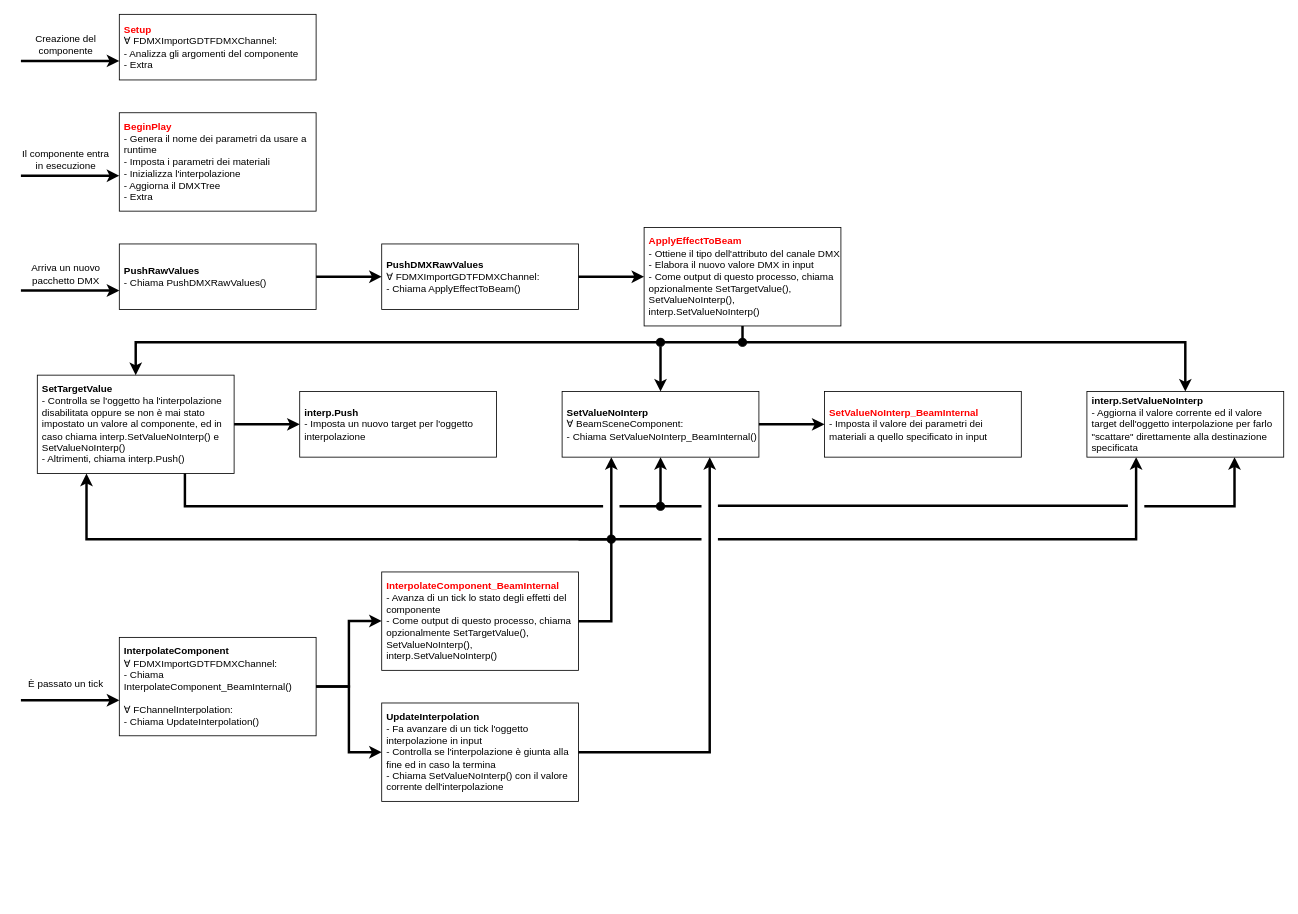
Above: utils/FixtureComponentCalls.drawio in stranck/bachelor-degree-thesis-UECPGDTF (draw.io), before the change. Source tidied: cells renumbered, new cells numbered last; positions are measured from the earlier drawing's top-left corner, leaving out a move shared by most shapes. Both pictures are drawn from the tidied source at 82%, with x=0, y=0 at pixel (20, 14).
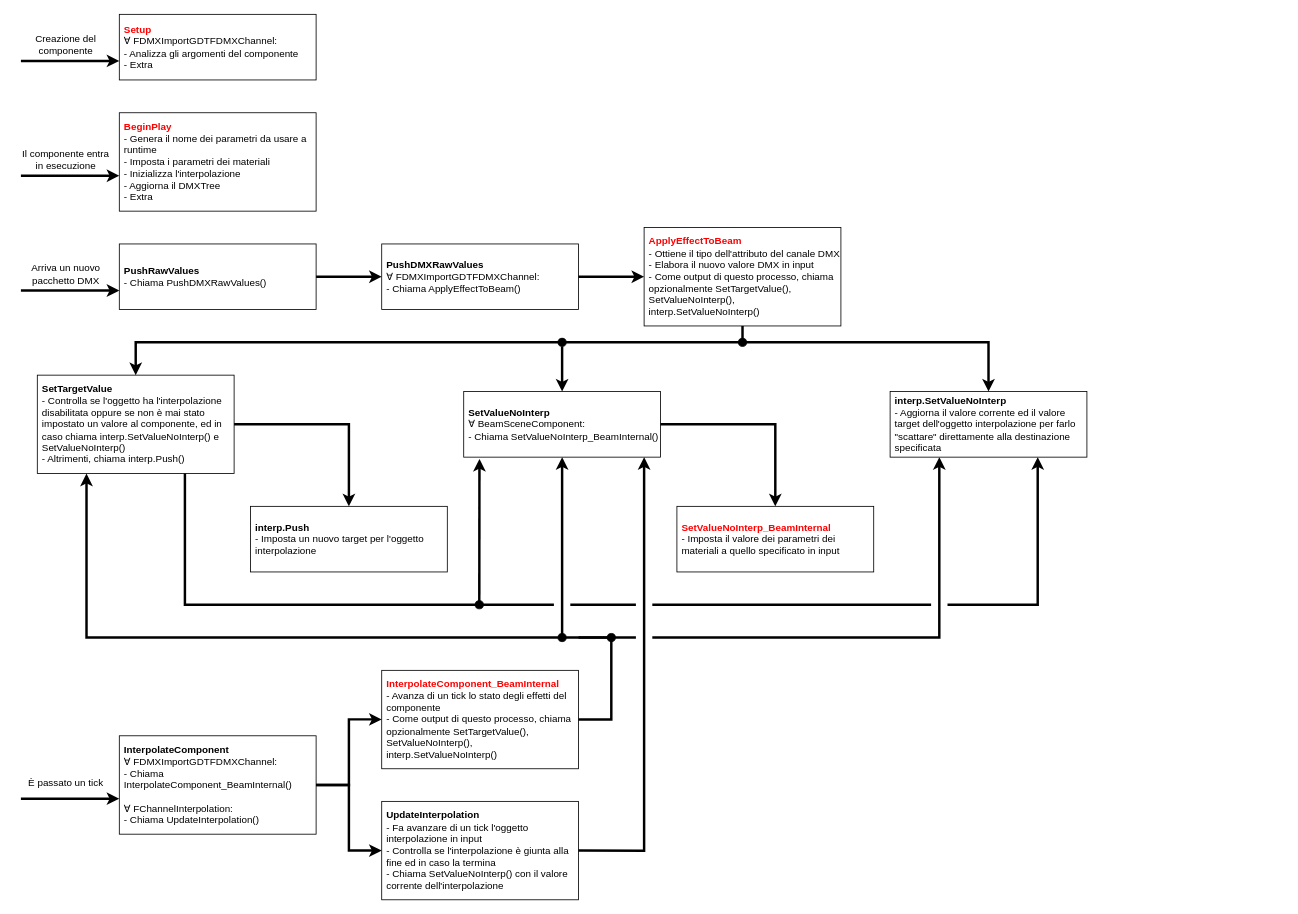
The same diagram, later.

Commit message (it also covers changes not shown here):
Made figure 23 smaller horizontally

Unchanged cells that the change refers to:
```xml
<mxCell id="24" value="&lt;b&gt;SetTargetValue&lt;br&gt;&lt;/b&gt;- Controlla se l'oggetto ha l'interpolazione disabilitata oppure se non è mai stato impostato un valore al componente, ed in caso chiama interp.SetValueNoInterp() e SetValueNoInterp()&lt;br&gt;- Altrimenti, chiama interp.Push()" style="rounded=0;whiteSpace=wrap;html=1;align=left;spacingLeft=4;" parent="1" vertex="1">
  <mxGeometry x="20" y="440" width="240" height="120" as="geometry" />
</mxCell>
```

Diff of the diagram source:
```diff
@@
-    <mxCell id="2" style="endArrow=classic;html=1;rounded=0;strokeWidth=3;entryX=0.75;entryY=1;entryDx=0;entryDy=0;exitX=1;exitY=0.5;exitDx=0;exitDy=0;" parent="1" edge="1" target="29">
+    <mxCell id="2" style="endArrow=classic;html=1;rounded=0;strokeWidth=3;entryX=0.75;entryY=1;entryDx=0;entryDy=0;" parent="1" edge="1" target="29">
       <mxGeometry relative="1" as="geometry">
-        <mxPoint x="1370" y="600" as="sourcePoint" />
+        <mxPoint x="1130" y="720" as="sourcePoint" />
         <Array as="points">
-          <mxPoint x="1480" y="600" />
+          <mxPoint x="1240" y="720" />
         </Array>
       </mxGeometry>
     </mxCell>
     <mxCell id="3" style="endArrow=classic;html=1;rounded=0;strokeWidth=3;entryX=0.25;entryY=1;entryDx=0;entryDy=0;" parent="1" edge="1" target="29">
       <mxGeometry relative="1" as="geometry">
-        <mxPoint x="850" y="640" as="sourcePoint" />
+        <mxPoint x="770" y="760" as="sourcePoint" />
         <Array as="points">
-          <mxPoint x="1360" y="640" />
+          <mxPoint x="1120" y="760" />
         </Array>
       </mxGeometry>
     </mxCell>
@@
     <mxCell id="13" value="&lt;b&gt;InterpolateComponent&lt;br&gt;&lt;/b&gt;∀&amp;nbsp;&lt;span style=&quot;background-color: initial;&quot;&gt;FDMXImportGDTFDMXChannel:&lt;/span&gt;&lt;br&gt;&lt;div&gt;&lt;span style=&quot;border-color: var(--border-color); background-color: initial;&quot;&gt;- Chiama InterpolateComponent_BeamInternal()&lt;br&gt;&lt;br&gt;∀&amp;nbsp;FChannelInterpolation:&lt;br&gt;- Chiama UpdateInterpolation()&lt;/span&gt;&lt;/div&gt;" style="rounded=0;whiteSpace=wrap;html=1;align=left;spacingLeft=4;" parent="1" vertex="1">
-      <mxGeometry x="120" y="759.8" width="240" height="120" as="geometry" />
+      <mxGeometry x="120" y="879.8" width="240" height="120" as="geometry" />
     </mxCell>
     <mxCell id="14" style="endArrow=classic;html=1;rounded=0;strokeWidth=3;" parent="1" edge="1">
       <mxGeometry relative="1" as="geometry">
-        <mxPoint y="836.5" as="sourcePoint" />
-        <mxPoint x="120" y="836.5" as="targetPoint" />
+        <mxPoint y="956.5" as="sourcePoint" />
+        <mxPoint x="120" y="956.5" as="targetPoint" />
       </mxGeometry>
     </mxCell>
     <mxCell id="15" value="È passato un tick" style="text;html=1;strokeColor=none;fillColor=none;align=center;verticalAlign=middle;whiteSpace=wrap;rounded=0;" parent="1" vertex="1">
-      <mxGeometry y="802" width="110" height="30" as="geometry" />
+      <mxGeometry y="922" width="110" height="30" as="geometry" />
     </mxCell>
@@
     <mxCell id="20" value="&lt;b&gt;&lt;font color=&quot;#ff0000&quot;&gt;InterpolateComponent_BeamInternal&lt;/font&gt;&lt;/b&gt;&lt;br&gt;- Avanza di un tick lo stato degli effetti del componente&lt;br&gt;- Come output di questo processo, chiama opzionalmente SetTargetValue(), SetValueNoInterp(), interp.SetValueNoInterp()" style="rounded=0;whiteSpace=wrap;html=1;align=left;spacingLeft=4;" parent="1" vertex="1">
-      <mxGeometry x="440" y="680" width="240" height="120" as="geometry" />
+      <mxGeometry x="440" y="800" width="240" height="120" as="geometry" />
     </mxCell>
     <mxCell id="21" value="&lt;b&gt;UpdateInterpolation&lt;/b&gt;&lt;br&gt;- Fa avanzare di un tick l'oggetto interpolazione in input&lt;br&gt;- Controlla se l'interpolazione è giunta alla fine ed in caso la termina&lt;br&gt;- Chiama SetValueNoInterp() con il valore corrente dell'interpolazione" style="rounded=0;whiteSpace=wrap;html=1;align=left;spacingLeft=4;" parent="1" vertex="1">
-      <mxGeometry x="440" y="839.8" width="240" height="120" as="geometry" />
+      <mxGeometry x="440" y="959.8" width="240" height="120" as="geometry" />
     </mxCell>
     <mxCell id="22" style="endArrow=classic;html=1;rounded=0;strokeWidth=3;exitX=1;exitY=0.5;exitDx=0;exitDy=0;" parent="1" edge="1" source="13">
       <mxGeometry relative="1" as="geometry">
-        <mxPoint x="440" y="739.8" as="targetPoint" />
+        <mxPoint x="440" y="859.8" as="targetPoint" />
         <Array as="points">
-          <mxPoint x="400" y="819.8" />
-          <mxPoint x="400" y="739.8" />
+          <mxPoint x="400" y="939.8" />
+          <mxPoint x="400" y="859.8" />
         </Array>
       </mxGeometry>
     </mxCell>
     <mxCell id="23" style="endArrow=classic;html=1;rounded=0;strokeWidth=3;exitX=1;exitY=0.5;exitDx=0;exitDy=0;entryX=0;entryY=0.5;entryDx=0;entryDy=0;" parent="1" edge="1" source="13" target="21">
       <mxGeometry relative="1" as="geometry">
         <Array as="points">
-          <mxPoint x="400" y="819.8" />
-          <mxPoint x="400" y="899.8" />
+          <mxPoint x="400" y="939.8" />
+          <mxPoint x="400" y="1019.8" />
         </Array>
       </mxGeometry>
     </mxCell>
@@
     <mxCell id="25" value="&lt;b&gt;SetValueNoInterp&lt;br&gt;&lt;/b&gt;∀&amp;nbsp;BeamSceneComponent:&lt;br&gt;- Chiama SetValueNoInterp_BeamInternal()" style="rounded=0;whiteSpace=wrap;html=1;align=left;spacingLeft=4;" parent="1" vertex="1">
-      <mxGeometry x="660" y="460" width="240" height="80" as="geometry" />
+      <mxGeometry x="540" y="460" width="240" height="80" as="geometry" />
     </mxCell>
     <mxCell id="26" value="&lt;b&gt;&lt;font color=&quot;#ff0000&quot;&gt;SetValueNoInterp_BeamInternal&lt;/font&gt;&lt;br&gt;&lt;/b&gt;- Imposta il valore dei parametri dei materiali a quello specificato in input" style="rounded=0;whiteSpace=wrap;html=1;align=left;spacingLeft=4;" parent="1" vertex="1">
-      <mxGeometry x="980" y="460" width="240" height="80" as="geometry" />
+      <mxGeometry x="800" y="600" width="240" height="80" as="geometry" />
     </mxCell>
     <mxCell id="27" value="&lt;b&gt;interp.Push&lt;/b&gt;&lt;br&gt;- Imposta un nuovo target per l'oggetto interpolazione" style="rounded=0;whiteSpace=wrap;html=1;align=left;spacingLeft=4;" parent="1" vertex="1">
-      <mxGeometry x="340" y="460" width="240" height="80" as="geometry" />
+      <mxGeometry x="280" y="600" width="240" height="80" as="geometry" />
     </mxCell>
-    <mxCell id="28" style="endArrow=classic;html=1;rounded=0;strokeWidth=3;exitX=1;exitY=0.5;exitDx=0;exitDy=0;entryX=0;entryY=0.5;entryDx=0;entryDy=0;" parent="1" edge="1" source="24" target="27">
-      <mxGeometry relative="1" as="geometry" />
+    <mxCell id="28" style="endArrow=classic;html=1;rounded=0;strokeWidth=3;exitX=1;exitY=0.5;exitDx=0;exitDy=0;entryX=0.5;entryY=0;entryDx=0;entryDy=0;" parent="1" edge="1" source="24" target="27">
+      <mxGeometry relative="1" as="geometry">
+        <Array as="points">
+          <mxPoint x="400" y="500" />
+        </Array>
+      </mxGeometry>
     </mxCell>
     <mxCell id="29" value="&lt;b&gt;interp.SetValueNoInterp&lt;br&gt;&lt;/b&gt;- Aggiorna il valore corrente ed il valore target dell'oggetto interpolazione per farlo &quot;scattare&quot; direttamente alla destinazione specificata" style="rounded=0;whiteSpace=wrap;html=1;align=left;spacingLeft=4;" parent="1" vertex="1">
-      <mxGeometry x="1300" y="460" width="240" height="80" as="geometry" />
+      <mxGeometry x="1060" y="460" width="240" height="80" as="geometry" />
     </mxCell>
-    <mxCell id="30" style="endArrow=classic;html=1;rounded=0;strokeWidth=3;exitX=1;exitY=0.5;exitDx=0;exitDy=0;entryX=0;entryY=0.5;entryDx=0;entryDy=0;" parent="1" edge="1" source="25" target="26">
-      <mxGeometry relative="1" as="geometry" />
+    <mxCell id="30" style="endArrow=classic;html=1;rounded=0;strokeWidth=3;exitX=1;exitY=0.5;exitDx=0;exitDy=0;entryX=0.5;entryY=0;entryDx=0;entryDy=0;" parent="1" edge="1" source="25" target="26">
+      <mxGeometry relative="1" as="geometry">
+        <Array as="points">
+          <mxPoint x="920" y="500" />
+        </Array>
+      </mxGeometry>
     </mxCell>
@@
     <mxCell id="32" style="endArrow=classic;html=1;rounded=0;strokeWidth=3;entryX=0.5;entryY=0;entryDx=0;entryDy=0;" parent="1" edge="1" target="29">
       <mxGeometry relative="1" as="geometry">
         <mxPoint x="880" y="400" as="sourcePoint" />
         <Array as="points">
-          <mxPoint x="1420" y="400" />
+          <mxPoint x="1180" y="400" />
         </Array>
       </mxGeometry>
     </mxCell>
@@
     <mxCell id="34" style="endArrow=classic;html=1;rounded=0;strokeWidth=3;entryX=0.25;entryY=1;entryDx=0;entryDy=0;exitX=1;exitY=0.5;exitDx=0;exitDy=0;" parent="1" edge="1" source="20" target="24">
       <mxGeometry relative="1" as="geometry">
         <Array as="points">
-          <mxPoint x="720" y="740" />
-          <mxPoint x="720" y="640" />
-          <mxPoint x="80" y="640" />
+          <mxPoint x="720" y="860" />
+          <mxPoint x="720" y="760" />
+          <mxPoint x="80" y="760" />
         </Array>
       </mxGeometry>
     </mxCell>
-    <mxCell id="35" style="endArrow=classic;html=1;rounded=0;strokeWidth=3;entryX=0.25;entryY=1;entryDx=0;entryDy=0;" parent="1" edge="1" target="25">
+    <mxCell id="35" style="endArrow=classic;html=1;rounded=0;strokeWidth=3;entryX=0.08;entryY=1.027;entryDx=0;entryDy=0;entryPerimeter=0;" parent="1" edge="1" target="25">
       <mxGeometry relative="1" as="geometry">
-        <mxPoint x="720" y="640" as="sourcePoint" />
+        <mxPoint x="559" y="720" as="sourcePoint" />
       </mxGeometry>
     </mxCell>
-    <mxCell id="36" style="endArrow=classic;html=1;rounded=0;strokeWidth=3;entryX=0.75;entryY=1;entryDx=0;entryDy=0;exitX=1;exitY=0.5;exitDx=0;exitDy=0;" parent="1" edge="1" source="21" target="25">
+    <mxCell id="36" style="endArrow=classic;html=1;rounded=0;strokeWidth=3;exitX=1;exitY=0.5;exitDx=0;exitDy=0;" parent="1" edge="1" source="21">
       <mxGeometry relative="1" as="geometry">
+        <mxPoint x="760" y="540" as="targetPoint" />
         <Array as="points">
-          <mxPoint x="840" y="900" />
+          <mxPoint x="760" y="1020" />
         </Array>
       </mxGeometry>
     </mxCell>
     <mxCell id="37" style="ellipse;whiteSpace=wrap;html=1;fontColor=#FF0000;fillColor=#000000;" parent="1" vertex="1">
-      <mxGeometry x="715" y="635" width="10" height="10" as="geometry" />
+      <mxGeometry x="715" y="755" width="10" height="10" as="geometry" />
     </mxCell>
-    <mxCell id="38" style="ellipse;whiteSpace=wrap;html=1;fontColor=#FF0000;fillColor=#000000;" parent="1" vertex="1">
-      <mxGeometry x="775" y="595" width="10" height="10" as="geometry" />
-    </mxCell>
-    <mxCell id="39" style="endArrow=none;html=1;rounded=0;strokeWidth=3;entryX=0.5;entryY=0;entryDx=0;entryDy=0;" parent="1" edge="1" target="40">
-      <mxGeometry relative="1" as="geometry">
-        <mxPoint x="780" y="400" as="sourcePoint" />
-      </mxGeometry>
-    </mxCell>
-    <mxCell id="40" style="ellipse;whiteSpace=wrap;html=1;fontColor=#FF0000;fillColor=#000000;" parent="1" vertex="1">
-      <mxGeometry x="775" y="395" width="10" height="10" as="geometry" />
-    </mxCell>
@@
-    <mxCell id="42" style="endArrow=none;html=1;rounded=0;strokeWidth=3;fontColor=#FF0000;entryX=0;entryY=0.25;entryDx=0;entryDy=0;exitX=1;exitY=0.25;exitDx=0;exitDy=0;" parent="1" edge="1">
+    <mxCell id="42" style="endArrow=none;html=1;rounded=0;strokeWidth=3;fontColor=#FF0000;" parent="1" edge="1">
       <mxGeometry relative="1" as="geometry">
-        <mxPoint x="850" y="599.2" as="sourcePoint" />
-        <mxPoint x="1350" y="599.2" as="targetPoint" />
+        <mxPoint x="770" y="720" as="sourcePoint" />
+        <mxPoint x="1110" y="720" as="targetPoint" />
       </mxGeometry>
     </mxCell>
-    <mxCell id="43" style="endArrow=none;html=1;rounded=0;strokeWidth=3;fontColor=#FF0000;entryX=0;entryY=0.5;entryDx=0;entryDy=0;exitX=1;exitY=0.5;exitDx=0;exitDy=0;" parent="1" edge="1">
-      <mxGeometry relative="1" as="geometry">
-        <mxPoint x="730" y="600" as="sourcePoint" />
-        <mxPoint x="830" y="600" as="targetPoint" />
-      </mxGeometry>
-    </mxCell>
     <mxCell id="44" style="endArrow=classic;html=1;rounded=0;strokeWidth=3;fontColor=#FF0000;entryX=0.5;entryY=1;entryDx=0;entryDy=0;" parent="1" edge="1" target="25">
       <mxGeometry relative="1" as="geometry">
-        <mxPoint x="780" y="600" as="sourcePoint" />
+        <mxPoint x="660" y="760" as="sourcePoint" />
       </mxGeometry>
     </mxCell>
-    <mxCell id="45" style="endArrow=none;html=1;rounded=0;strokeWidth=3;fontColor=#FF0000;exitX=0.75;exitY=1;exitDx=0;exitDy=0;entryX=0;entryY=0.5;entryDx=0;entryDy=0;" parent="1" edge="1" source="24">
+    <mxCell id="45" style="endArrow=none;html=1;rounded=0;strokeWidth=3;fontColor=#FF0000;exitX=0.75;exitY=1;exitDx=0;exitDy=0;" parent="1" edge="1" source="24">
       <mxGeometry relative="1" as="geometry">
-        <mxPoint x="710" y="600" as="targetPoint" />
+        <mxPoint x="650" y="720" as="targetPoint" />
         <Array as="points">
-          <mxPoint x="200" y="600" />
+          <mxPoint x="200" y="720" />
         </Array>
       </mxGeometry>
     </mxCell>
-    <mxCell id="46" style="endArrow=none;html=1;rounded=0;strokeWidth=3;fontColor=#FF0000;entryX=0;entryY=0.5;entryDx=0;entryDy=0;" parent="1" edge="1">
-      <mxGeometry relative="1" as="geometry">
-        <mxPoint x="680" y="640" as="sourcePoint" />
-        <mxPoint x="830" y="640" as="targetPoint" />
-      </mxGeometry>
-    </mxCell>
+    <mxCell id="47" style="endArrow=none;html=1;rounded=0;strokeWidth=3;entryX=0.5;entryY=0;entryDx=0;entryDy=0;startArrow=none;" parent="1" edge="1" target="40">
+      <mxGeometry relative="1" as="geometry">
+        <mxPoint x="660" y="400" as="sourcePoint" />
+      </mxGeometry>
+    </mxCell>
+    <mxCell id="40" style="ellipse;whiteSpace=wrap;html=1;fontColor=#FF0000;fillColor=#000000;" parent="1" vertex="1">
+      <mxGeometry x="655" y="395" width="10" height="10" as="geometry" />
+    </mxCell>
+    <mxCell id="48" style="endArrow=none;html=1;rounded=0;strokeWidth=3;fontColor=#FF0000;" parent="1" edge="1">
+      <mxGeometry relative="1" as="geometry">
+        <mxPoint x="670" y="720" as="sourcePoint" />
+        <mxPoint x="750" y="720" as="targetPoint" />
+      </mxGeometry>
+    </mxCell>
+    <mxCell id="49" style="ellipse;whiteSpace=wrap;html=1;fontColor=#FF0000;fillColor=#000000;" parent="1" vertex="1">
+      <mxGeometry x="554" y="715" width="10" height="10" as="geometry" />
+    </mxCell>
+    <mxCell id="50" style="endArrow=none;html=1;rounded=0;strokeWidth=3;fontColor=#FF0000;" parent="1" edge="1">
+      <mxGeometry relative="1" as="geometry">
+        <mxPoint x="680" y="760" as="sourcePoint" />
+        <mxPoint x="750" y="760" as="targetPoint" />
+      </mxGeometry>
+    </mxCell>
+    <mxCell id="51" style="ellipse;whiteSpace=wrap;html=1;fontColor=#FF0000;fillColor=#000000;" parent="1" vertex="1">
+      <mxGeometry x="655" y="755" width="10" height="10" as="geometry" />
+    </mxCell>
```
